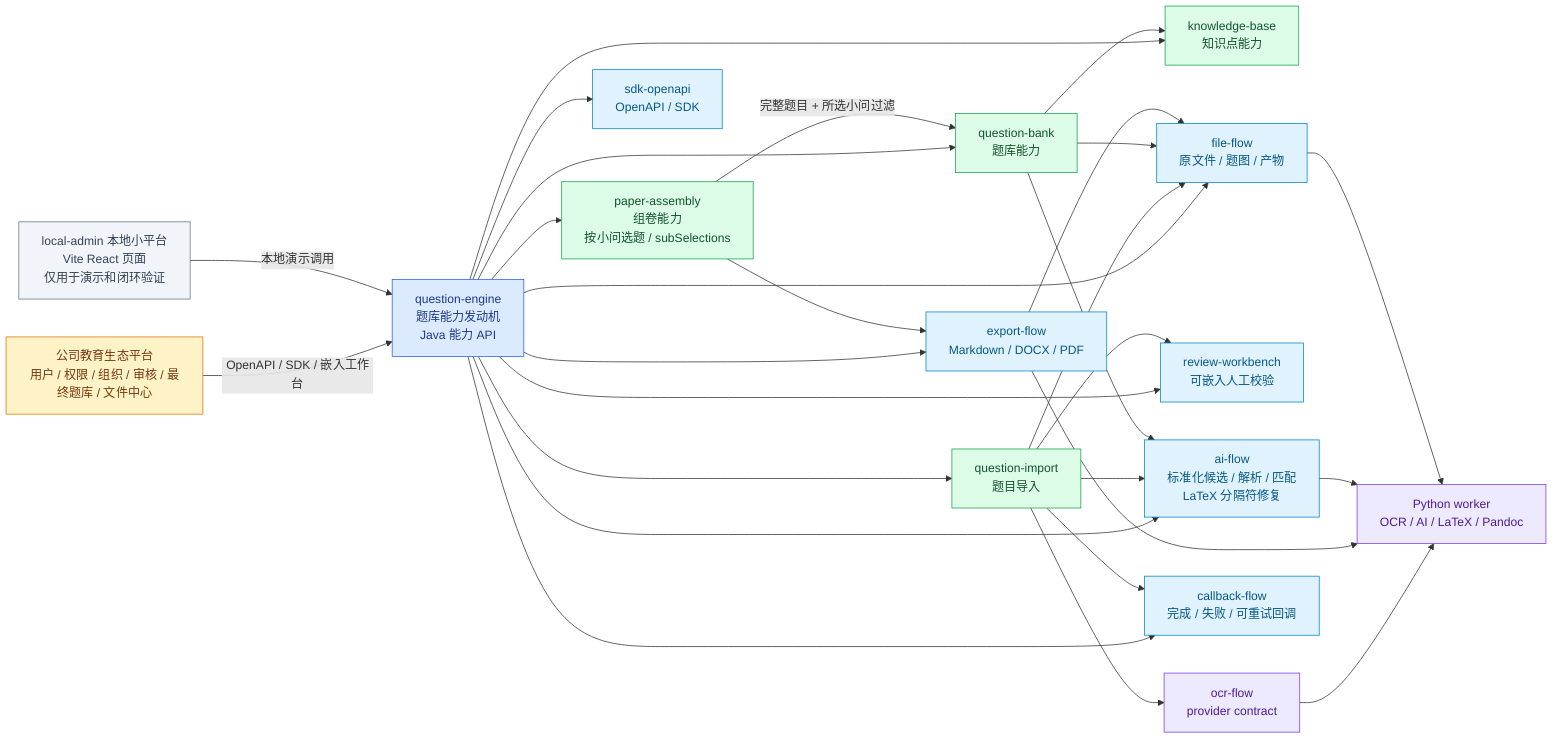
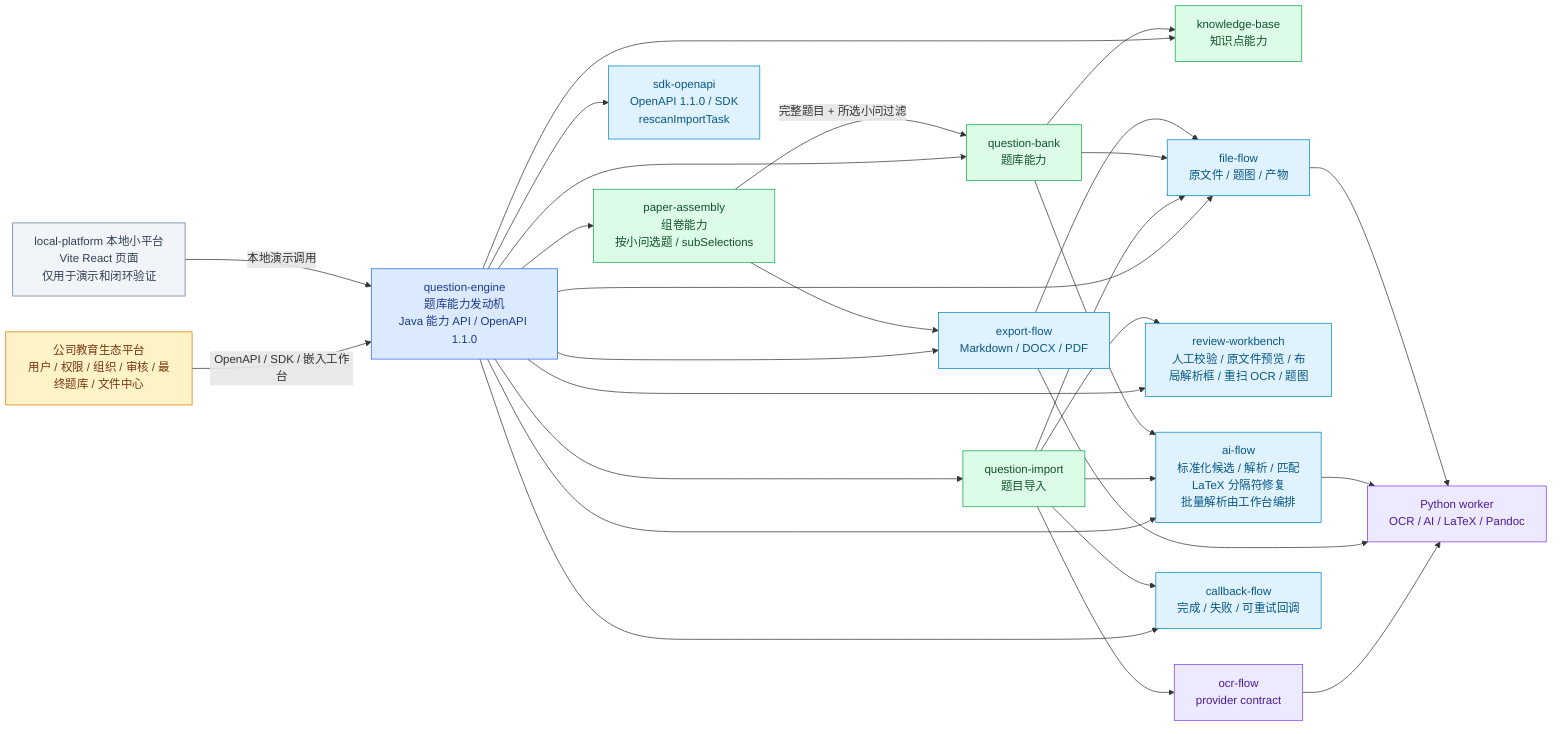
+ %% Version: 2026-07-09 / OpenAPI 1.1.0 / product v14
+ %% Status: current-support
+ %% Scope: module responsibility boundary between platform, question-engine, local-platform demo, and Python worker.
flowchart LR
  Platform["公司教育生态平台<br/>用户 / 权限 / 组织 / 审核 / 最终题库 / 文件中心"]:::platform
-   Engine["question-engine<br/>题库能力发动机<br/>Java 能力 API"]:::engine
-   LocalAdmin["local-admin 本地小平台<br/>Vite React 页面<br/>仅用于演示和闭环验证"]:::local
+   Engine["question-engine<br/>题库能力发动机<br/>Java 能力 API / OpenAPI 1.1.0"]:::engine
+   LocalAdmin["local-platform 本地小平台<br/>Vite React 页面<br/>仅用于演示和闭环验证"]:::local
  Python["Python worker<br/>OCR / AI / LaTeX / Pandoc"]:::worker

  Import["question-import<br/>题目导入"]:::module
  Bank["question-bank<br/>题库能力"]:::module
  Paper["paper-assembly<br/>组卷能力<br/>按小问选题 / subSelections"]:::module
  Knowledge["knowledge-base<br/>知识点能力"]:::module
  OcrFlow["ocr-flow<br/>provider contract"]:::worker
-   Review["review-workbench<br/>可嵌入人工校验"]:::capability
-   AiFlow["ai-flow<br/>标准化候选 / 解析 / 匹配<br/>LaTeX 分隔符修复"]:::capability
+   Review["review-workbench<br/>人工校验 / 原文件预览 / 布局解析框 / 重扫 OCR / 题图"]:::capability
+   AiFlow["ai-flow<br/>标准化候选 / 解析 / 匹配<br/>LaTeX 分隔符修复<br/>批量解析由工作台编排"]:::capability
  ExportFlow["export-flow<br/>Markdown / DOCX / PDF"]:::capability
  FileFlow["file-flow<br/>原文件 / 题图 / 产物"]:::capability
  CallbackFlow["callback-flow<br/>完成 / 失败 / 可重试回调"]:::capability
-   SdkOpenapi["sdk-openapi<br/>OpenAPI / SDK"]:::capability
+   SdkOpenapi["sdk-openapi<br/>OpenAPI 1.1.0 / SDK<br/>rescanImportTask"]:::capability

  Platform -->|OpenAPI / SDK / 嵌入工作台| Engine
  LocalAdmin -->|本地演示调用| Engine
  Engine --> Import
  Engine --> Bank
  Engine --> Paper
  Engine --> Knowledge
  Engine --> Review
  Engine --> AiFlow
  Engine --> ExportFlow
  Engine --> FileFlow
  Engine --> CallbackFlow
  Engine --> SdkOpenapi
  Import --> OcrFlow --> Python
  Import --> Review
  Import --> AiFlow
  Import --> FileFlow
  Import --> CallbackFlow
  Bank --> Knowledge
  Bank --> AiFlow
  Bank --> FileFlow
  Paper -->|完整题目 + 所选小问过滤| Bank
  Paper --> ExportFlow --> Python
  ExportFlow --> FileFlow
  AiFlow --> Python
  FileFlow --> Python

  classDef platform fill:#fef3c7,stroke:#d97706,color:#78350f,stroke-width:1px;
  classDef engine fill:#dbeafe,stroke:#2563eb,color:#1e3a8a,stroke-width:1px;
  classDef local fill:#f1f5f9,stroke:#64748b,color:#334155,stroke-width:1px;
  classDef module fill:#dcfce7,stroke:#16a34a,color:#14532d,stroke-width:1px;
  classDef capability fill:#e0f2fe,stroke:#0284c7,color:#075985,stroke-width:1px;
  classDef worker fill:#ede9fe,stroke:#7c3aed,color:#4c1d95,stroke-width:1px;
